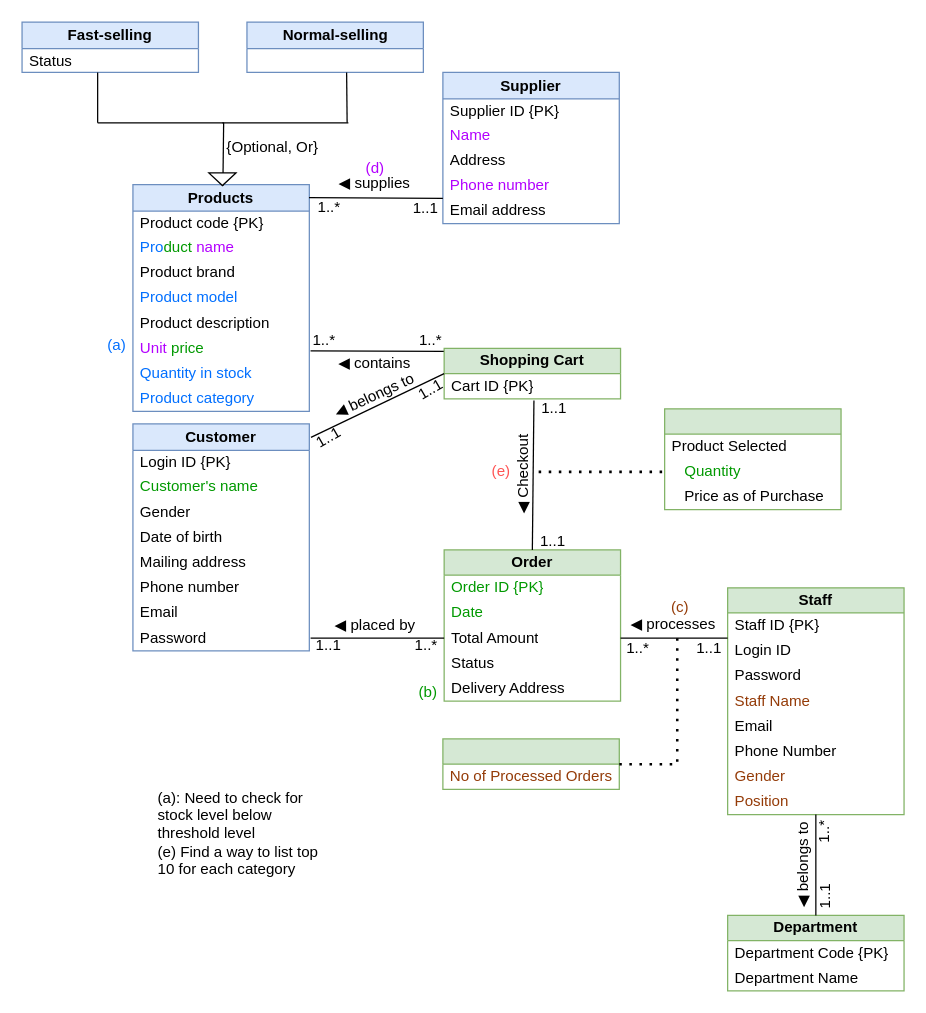
Earlier version of the draw.io diagram Assignment_1.drawio (shadowngks/DBMS). Source tidied: cells renumbered, new cells numbered last; positions are measured from the earlier drawing's top-left corner, leaving out a move shared by most shapes. Both pictures are drawn from the tidied source at 126%, with x=0, y=0 at pixel (21, 21).
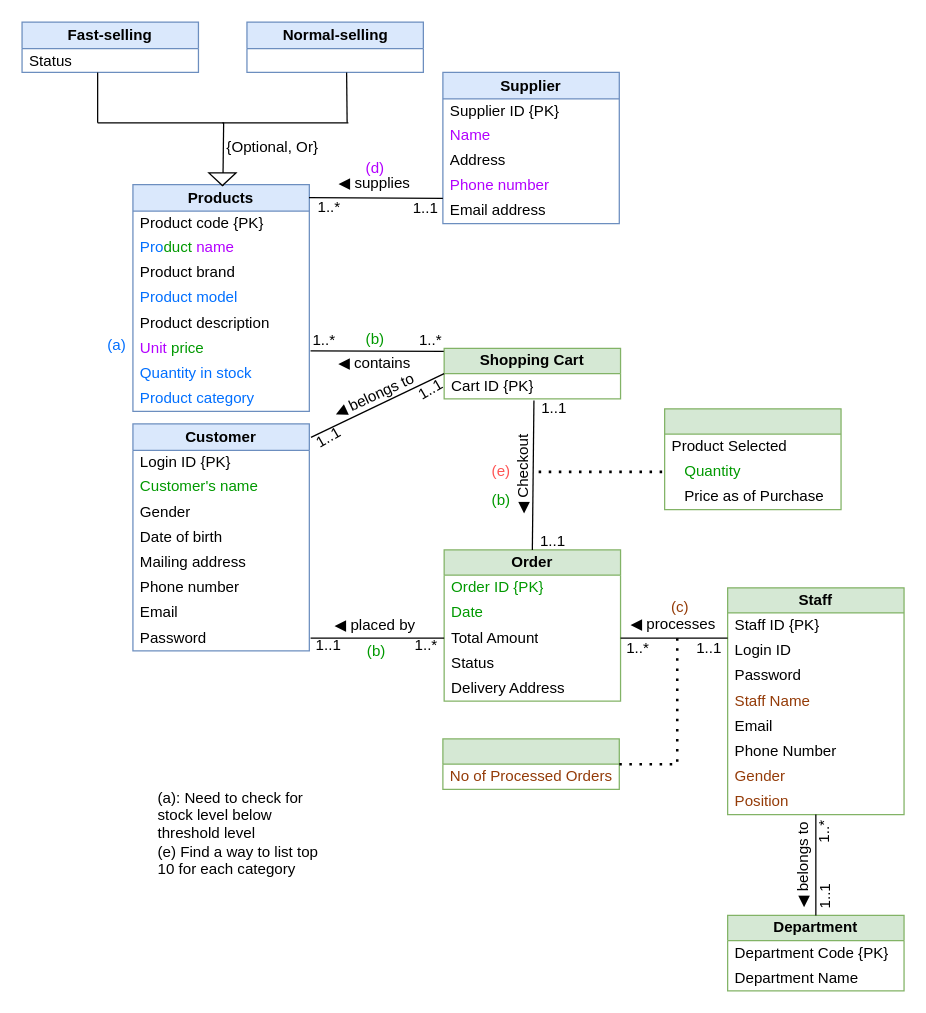
The same diagram, later.

Commit message:
Transactions suck

What changed in the source:
```diff
@@
     <mxCell id="79" value="&lt;span style=&quot;font-family: sans-serif; font-size: 12.0191px; text-align: start; white-space: pre; background-color: rgb(255, 255, 255);&quot;&gt;&lt;font color=&quot;#009900&quot;&gt;(b)&lt;/font&gt;&lt;/span&gt;" style="text;html=1;align=center;verticalAlign=middle;whiteSpace=wrap;rounded=0;fontColor=#FF5454;" parent="1" vertex="1">
-      <mxGeometry x="310" y="524" width="25" height="15" as="geometry" />
+      <mxGeometry x="368" y="372" width="25" height="15" as="geometry" />
     </mxCell>
@@
+    <mxCell id="98" value="&lt;span style=&quot;font-family: sans-serif; font-size: 12.0191px; text-align: start; white-space: pre; background-color: rgb(255, 255, 255);&quot;&gt;&lt;font color=&quot;#009900&quot;&gt;(b)&lt;/font&gt;&lt;/span&gt;" style="text;html=1;align=center;verticalAlign=middle;whiteSpace=wrap;rounded=0;fontColor=#FF5454;" parent="1" vertex="1">
+      <mxGeometry x="268.5" y="492.8" width="25" height="15" as="geometry" />
+    </mxCell>
+    <mxCell id="99" value="&lt;span style=&quot;font-family: sans-serif; font-size: 12.0191px; text-align: start; white-space: pre; background-color: rgb(255, 255, 255);&quot;&gt;&lt;font color=&quot;#009900&quot;&gt;(b)&lt;/font&gt;&lt;/span&gt;" style="text;html=1;align=center;verticalAlign=middle;whiteSpace=wrap;rounded=0;fontColor=#FF5454;" parent="1" vertex="1">
+      <mxGeometry x="267.5" y="244.2" width="25" height="15" as="geometry" />
+    </mxCell>
```
